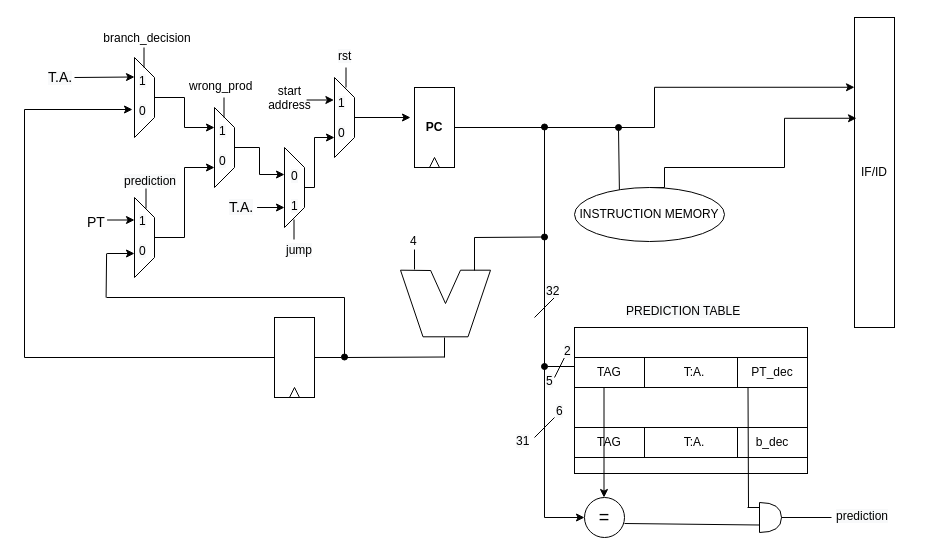
Dragosk97/ISA-laboratories keeps this draw.io diagram as lab3/fetch.drawio. Above is the earlier version. Source tidied: cells renumbered, new cells numbered last; positions are measured from the earlier drawing's top-left corner, leaving out a move shared by most shapes. Both pictures are drawn from the tidied source at 100%, with x=0, y=0 at pixel (24, 17).
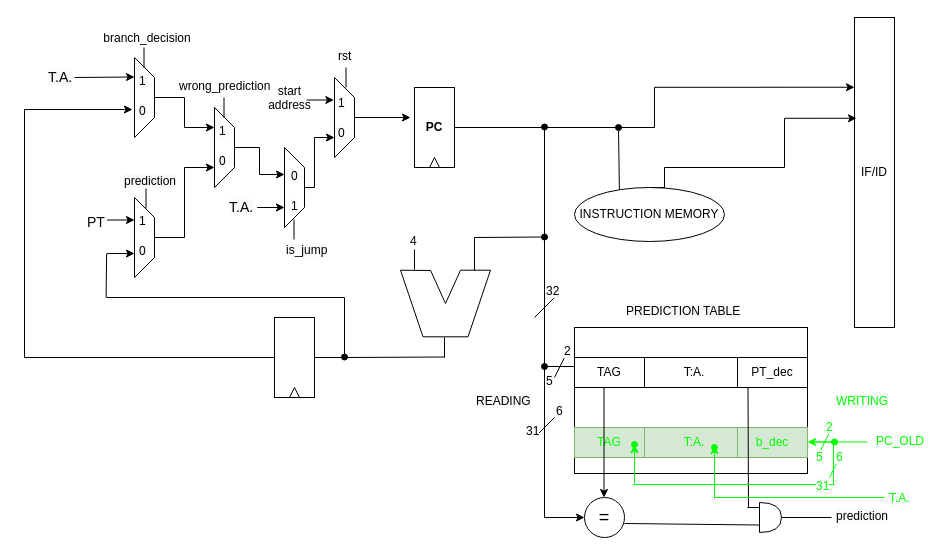
After the change.

The edit, as a diff of the source:
```diff
@@
-    <mxCell id="67" value="&lt;div style=&quot;text-align: center&quot;&gt;&lt;span&gt;&lt;font color=&quot;#000000&quot; face=&quot;helvetica&quot;&gt;wrong_prod&lt;/font&gt;&lt;/span&gt;&lt;/div&gt;" style="text;whiteSpace=wrap;html=1;fontColor=#FF0000;" parent="1" vertex="1">
-      <mxGeometry x="163" y="55" width="67" height="30" as="geometry" />
+    <mxCell id="67" value="&lt;div style=&quot;text-align: center&quot;&gt;&lt;span&gt;&lt;font color=&quot;#000000&quot; face=&quot;helvetica&quot;&gt;wrong_prediction&lt;/font&gt;&lt;/span&gt;&lt;/div&gt;" style="text;whiteSpace=wrap;html=1;fontColor=#FF0000;" parent="1" vertex="1">
+      <mxGeometry x="153" y="55" width="67" height="30" as="geometry" />
     </mxCell>
@@
-    <mxCell id="69" value="&lt;span style=&quot;color: rgb(0 , 0 , 0) ; font-family: &amp;#34;helvetica&amp;#34; ; font-size: 12px ; font-style: normal ; font-weight: 400 ; letter-spacing: normal ; text-align: center ; text-indent: 0px ; text-transform: none ; word-spacing: 0px ; background-color: rgb(248 , 249 , 250) ; display: inline ; float: none&quot;&gt;jump&lt;/span&gt;" style="text;whiteSpace=wrap;html=1;fontColor=#FF0000;" parent="1" vertex="1">
+    <mxCell id="69" value="&lt;span style=&quot;color: rgb(0 , 0 , 0) ; font-family: &amp;#34;helvetica&amp;#34; ; font-size: 12px ; font-style: normal ; font-weight: 400 ; letter-spacing: normal ; text-align: center ; text-indent: 0px ; text-transform: none ; word-spacing: 0px ; background-color: rgb(248 , 249 , 250) ; display: inline ; float: none&quot;&gt;is_jump&lt;/span&gt;" style="text;whiteSpace=wrap;html=1;fontColor=#FF0000;" parent="1" vertex="1">
       <mxGeometry x="260" y="219" width="20" height="30" as="geometry" />
     </mxCell>
@@
-    <mxCell id="75" value="&lt;font color=&quot;#030303&quot;&gt;TAG&lt;/font&gt;" style="rounded=0;whiteSpace=wrap;html=1;fontColor=#FF0000;" parent="1" vertex="1">
+    <mxCell id="75" value="&lt;font color=&quot;#00ff00&quot;&gt;TAG&lt;/font&gt;" style="rounded=0;whiteSpace=wrap;html=1;fillColor=#d5e8d4;strokeColor=#82b366;" parent="1" vertex="1">
       <mxGeometry x="550" y="410" width="70" height="30" as="geometry" />
     </mxCell>
-    <mxCell id="76" value="&lt;font color=&quot;#030303&quot;&gt;T:A.&lt;/font&gt;" style="rounded=0;whiteSpace=wrap;html=1;fontColor=#FF0000;" parent="1" vertex="1">
+    <mxCell id="76" value="&lt;font color=&quot;#00ff00&quot;&gt;T:A.&lt;/font&gt;" style="rounded=0;whiteSpace=wrap;html=1;fillColor=#d5e8d4;strokeColor=#82b366;" parent="1" vertex="1">
       <mxGeometry x="620" y="410" width="100" height="30" as="geometry" />
     </mxCell>
-    <mxCell id="77" value="&lt;font color=&quot;#030303&quot;&gt;b_dec&lt;/font&gt;" style="rounded=0;whiteSpace=wrap;html=1;fontColor=#FF0000;" parent="1" vertex="1">
+    <mxCell id="77" value="&lt;font color=&quot;#00ff00&quot;&gt;b_dec&lt;/font&gt;" style="rounded=0;whiteSpace=wrap;html=1;fillColor=#d5e8d4;strokeColor=#82b366;" parent="1" vertex="1">
       <mxGeometry x="713" y="410" width="70" height="30" as="geometry" />
     </mxCell>
@@
     <mxCell id="96" value="&lt;span style=&quot;color: rgb(0 , 0 , 0) ; font-family: &amp;#34;helvetica&amp;#34; ; font-size: 12px ; font-style: normal ; font-weight: 400 ; letter-spacing: normal ; text-align: center ; text-indent: 0px ; text-transform: none ; word-spacing: 0px ; background-color: rgb(248 , 249 , 250) ; display: inline ; float: none&quot;&gt;31&lt;/span&gt;" style="text;whiteSpace=wrap;html=1;fontColor=#000000;" parent="1" vertex="1">
-      <mxGeometry x="490" y="410" width="20" height="30" as="geometry" />
+      <mxGeometry x="500" y="400" width="20" height="30" as="geometry" />
     </mxCell>
@@
+    <mxCell id="98" value="&lt;span style=&quot;color: rgb(3 , 3 , 3) ; font-family: &amp;#34;helvetica&amp;#34; ; font-size: 12px ; font-style: normal ; font-weight: 400 ; letter-spacing: normal ; text-align: center ; text-indent: 0px ; text-transform: none ; word-spacing: 0px ; background-color: rgb(248 , 249 , 250) ; display: inline ; float: none&quot;&gt;READING&lt;/span&gt;" style="text;whiteSpace=wrap;html=1;" parent="1" vertex="1">
+      <mxGeometry x="450" y="370" width="60" height="30" as="geometry" />
+    </mxCell>
+    <mxCell id="99" value="&lt;span style=&quot;font-family: &amp;#34;helvetica&amp;#34; ; font-size: 12px ; font-style: normal ; font-weight: 400 ; letter-spacing: normal ; text-align: center ; text-indent: 0px ; text-transform: none ; word-spacing: 0px ; background-color: rgb(248 , 249 , 250) ; display: inline ; float: none&quot;&gt;&lt;font color=&quot;#00ff00&quot;&gt;WRITING&lt;br&gt;&lt;br&gt;&lt;/font&gt;&lt;/span&gt;" style="text;whiteSpace=wrap;html=1;" parent="1" vertex="1">
+      <mxGeometry x="810" y="370" width="70" height="30" as="geometry" />
+    </mxCell>
+    <mxCell id="100" style="endArrow=classic;html=1;strokeColor=#00FF00;" parent="1" edge="1">
+      <mxGeometry relative="1" as="geometry">
+        <mxPoint x="843" y="424.5" as="sourcePoint" />
+        <mxPoint x="783" y="424.5" as="targetPoint" />
+      </mxGeometry>
+    </mxCell>
+    <mxCell id="101" value="&lt;span style=&quot;color: rgb(0 , 255 , 0) ; font-family: &amp;#34;helvetica&amp;#34; ; font-size: 12px ; font-style: normal ; font-weight: 400 ; letter-spacing: normal ; text-align: center ; text-indent: 0px ; text-transform: none ; word-spacing: 0px ; background-color: rgb(248 , 249 , 250) ; display: inline ; float: none&quot;&gt;PC_OLD&lt;/span&gt;" style="text;whiteSpace=wrap;html=1;" parent="1" vertex="1">
+      <mxGeometry x="850" y="410" width="60" height="30" as="geometry" />
+    </mxCell>
+    <mxCell id="102" style="endArrow=classic;html=1;strokeColor=#00FF00;" parent="1" edge="1">
+      <mxGeometry relative="1" as="geometry">
+        <mxPoint x="690" y="481" as="sourcePoint" />
+        <mxPoint x="690" y="428" as="targetPoint" />
+      </mxGeometry>
+    </mxCell>
+    <mxCell id="103" style="endArrow=classic;html=1;strokeColor=#00FF00;" parent="1" edge="1">
+      <mxGeometry relative="1" as="geometry">
+        <mxPoint x="610" y="466" as="sourcePoint" />
+        <mxPoint x="610" y="427" as="targetPoint" />
+      </mxGeometry>
+    </mxCell>
+    <mxCell id="104" style="endArrow=none;html=1;strokeColor=#00FF00;" parent="1" edge="1">
+      <mxGeometry relative="1" as="geometry">
+        <mxPoint x="609" y="467" as="sourcePoint" />
+        <mxPoint x="810" y="467" as="targetPoint" />
+      </mxGeometry>
+    </mxCell>
+    <mxCell id="105" style="endArrow=none;html=1;strokeColor=#00FF00;" parent="1" edge="1">
+      <mxGeometry relative="1" as="geometry">
+        <mxPoint x="690" y="480" as="sourcePoint" />
+        <mxPoint x="860" y="480" as="targetPoint" />
+      </mxGeometry>
+    </mxCell>
+    <mxCell id="106" style="endArrow=none;html=1;strokeColor=#00FF00;" parent="1" edge="1">
+      <mxGeometry relative="1" as="geometry">
+        <mxPoint x="809" y="467" as="sourcePoint" />
+        <mxPoint x="809" y="425" as="targetPoint" />
+      </mxGeometry>
+    </mxCell>
+    <mxCell id="107" value="&lt;span style=&quot;color: rgb(0 , 255 , 0) ; font-family: &amp;#34;helvetica&amp;#34; ; font-size: 12px ; font-style: normal ; font-weight: 400 ; letter-spacing: normal ; text-align: center ; text-indent: 0px ; text-transform: none ; word-spacing: 0px ; background-color: rgb(248 , 249 , 250) ; display: inline ; float: none&quot;&gt;T.A.&lt;/span&gt;" style="text;whiteSpace=wrap;html=1;" parent="1" vertex="1">
+      <mxGeometry x="863" y="467" width="40" height="30" as="geometry" />
+    </mxCell>
+    <mxCell id="108" style="endArrow=none;html=1;startArrow=oval;startFill=1;fillColor=#d5e8d4;strokeColor=#00FF00;" parent="1" edge="1">
+      <mxGeometry relative="1" as="geometry">
+        <mxPoint x="810" y="424.5" as="sourcePoint" />
+        <mxPoint x="790" y="424.5" as="targetPoint" />
+      </mxGeometry>
+    </mxCell>
+    <mxCell id="109" style="endArrow=none;html=1;labelBackgroundColor=#000000;fontColor=#000000;fillColor=#d5e8d4;strokeColor=#00FF00;" parent="1" edge="1">
+      <mxGeometry relative="1" as="geometry">
+        <mxPoint x="805" y="415" as="sourcePoint" />
+        <mxPoint x="795" y="435" as="targetPoint" />
+      </mxGeometry>
+    </mxCell>
+    <mxCell id="110" value="&lt;span style=&quot;color: rgb(0 , 255 , 0) ; font-family: &amp;#34;helvetica&amp;#34; ; font-size: 12px ; font-style: normal ; font-weight: 400 ; letter-spacing: normal ; text-align: center ; text-indent: 0px ; text-transform: none ; word-spacing: 0px ; background-color: rgb(248 , 249 , 250) ; display: inline ; float: none&quot;&gt;2&lt;/span&gt;" style="text;whiteSpace=wrap;html=1;" parent="1" vertex="1">
+      <mxGeometry x="800" y="396" width="20" height="30" as="geometry" />
+    </mxCell>
+    <mxCell id="111" value="&lt;span style=&quot;color: rgb(0 , 255 , 0) ; font-family: &amp;#34;helvetica&amp;#34; ; font-size: 12px ; font-style: normal ; font-weight: 400 ; letter-spacing: normal ; text-align: center ; text-indent: 0px ; text-transform: none ; word-spacing: 0px ; background-color: rgb(248 , 249 , 250) ; display: inline ; float: none&quot;&gt;5&lt;/span&gt;" style="text;whiteSpace=wrap;html=1;" parent="1" vertex="1">
+      <mxGeometry x="790" y="426" width="30" height="30" as="geometry" />
+    </mxCell>
+    <mxCell id="112" style="endArrow=none;html=1;startArrow=oval;startFill=1;fillColor=#d5e8d4;strokeColor=#00FF00;" parent="1" edge="1">
+      <mxGeometry relative="1" as="geometry">
+        <mxPoint x="690" y="430" as="sourcePoint" />
+        <mxPoint x="690" y="440.5" as="targetPoint" />
+      </mxGeometry>
+    </mxCell>
+    <mxCell id="113" style="endArrow=none;html=1;labelBackgroundColor=#000000;fontColor=#000000;fillColor=#d5e8d4;strokeColor=#00FF00;" parent="1" edge="1">
+      <mxGeometry relative="1" as="geometry">
+        <mxPoint x="815" y="440" as="sourcePoint" />
+        <mxPoint x="805" y="460" as="targetPoint" />
+      </mxGeometry>
+    </mxCell>
+    <mxCell id="114" value="&lt;span style=&quot;color: rgb(0 , 255 , 0) ; font-family: &amp;#34;helvetica&amp;#34; ; font-size: 12px ; font-style: normal ; font-weight: 400 ; letter-spacing: normal ; text-align: center ; text-indent: 0px ; text-transform: none ; word-spacing: 0px ; background-color: rgb(248 , 249 , 250) ; display: inline ; float: none&quot;&gt;31&lt;/span&gt;" style="text;whiteSpace=wrap;html=1;" parent="1" vertex="1">
+      <mxGeometry x="790" y="455" width="20" height="30" as="geometry" />
+    </mxCell>
+    <mxCell id="115" value="&lt;span style=&quot;color: rgb(0 , 255 , 0) ; font-family: &amp;#34;helvetica&amp;#34; ; font-size: 12px ; font-style: normal ; font-weight: 400 ; letter-spacing: normal ; text-align: center ; text-indent: 0px ; text-transform: none ; word-spacing: 0px ; background-color: rgb(248 , 249 , 250) ; display: inline ; float: none&quot;&gt;6&lt;/span&gt;" style="text;whiteSpace=wrap;html=1;" parent="1" vertex="1">
+      <mxGeometry x="810" y="426" width="20" height="20" as="geometry" />
+    </mxCell>
+    <mxCell id="116" style="endArrow=none;html=1;startArrow=oval;startFill=1;fillColor=#d5e8d4;strokeColor=#00FF00;" parent="1" edge="1">
+      <mxGeometry relative="1" as="geometry">
+        <mxPoint x="610" y="427" as="sourcePoint" />
+        <mxPoint x="610" y="437.5" as="targetPoint" />
+      </mxGeometry>
+    </mxCell>
```
